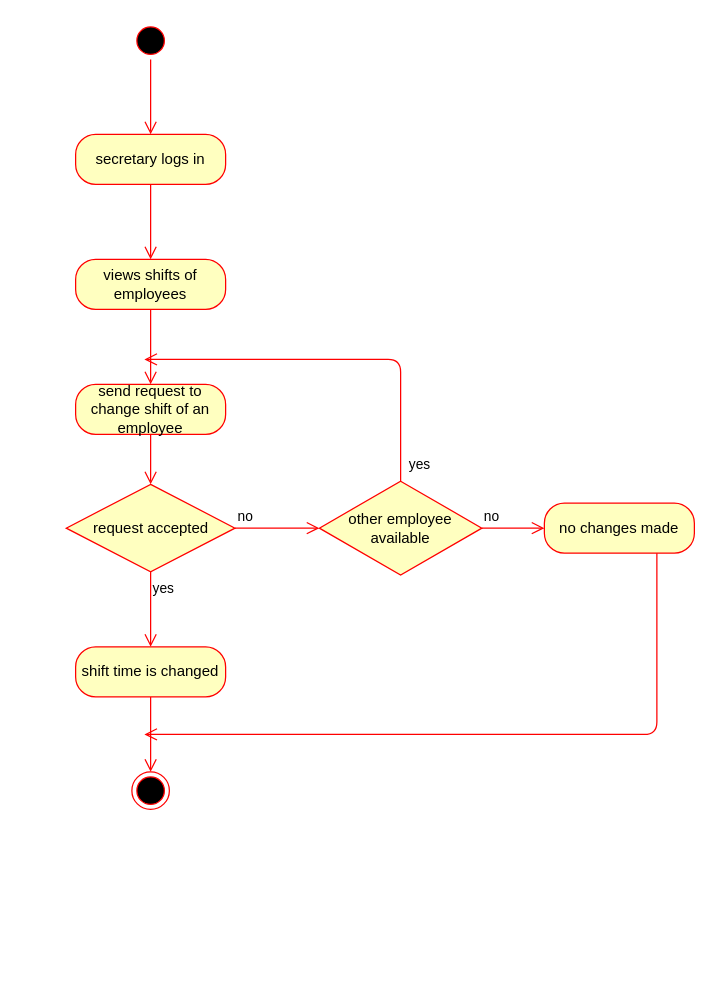
This is Diagrams/Activity Diagrams/Secretary/change shifts.drawio from kkasharaj17/SE-project, a draw.io file, before an edit. Source tidied: cells renumbered, new cells numbered last; positions are measured from the earlier drawing's top-left corner, leaving out a move shared by most shapes. Both pictures are drawn from the tidied source at 125%, with x=0, y=0 at pixel (66, 21).
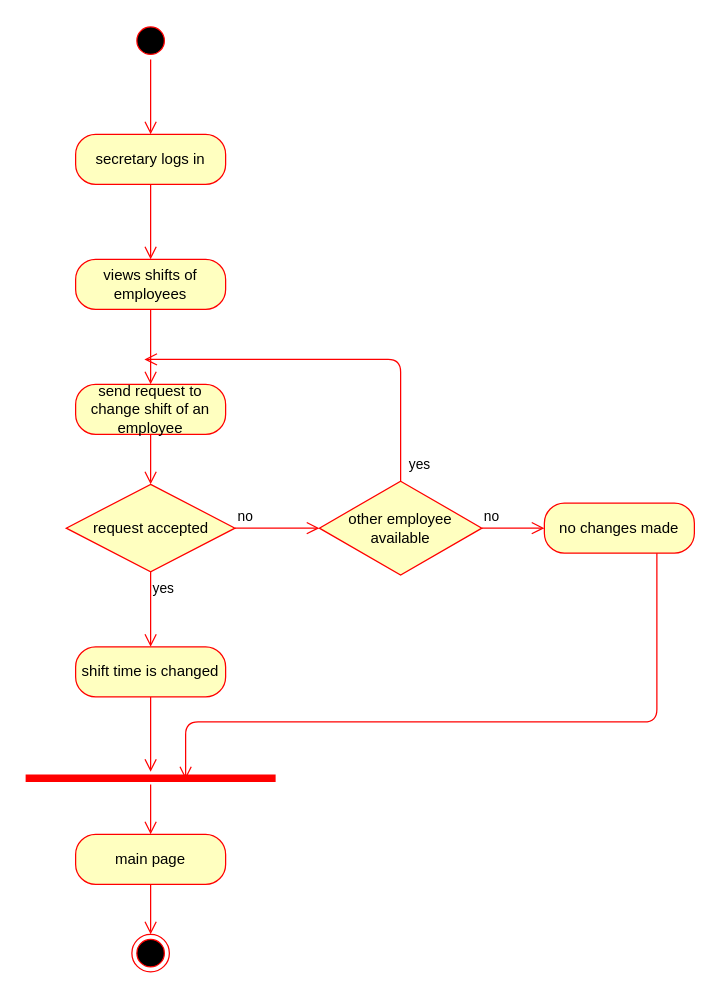
Above is the later version.

The change refers to these unchanged cells:
```xml
<mxCell id="18" value="no changes made" style="rounded=1;whiteSpace=wrap;html=1;arcSize=40;fontColor=#000000;fillColor=#ffffc0;strokeColor=#ff0000;" parent="1" vertex="1">
  <mxGeometry x="382" y="385" width="120" height="40" as="geometry" />
</mxCell>
```

Change to the diagram source:
```diff
@@
     <mxCell id="15" style="ellipse;html=1;shape=endState;fillColor=#000000;strokeColor=#ff0000;" parent="1" vertex="1">
-      <mxGeometry x="52" y="600" width="30" height="30" as="geometry" />
+      <mxGeometry x="52" y="730" width="30" height="30" as="geometry" />
     </mxCell>
@@
-    <mxCell id="19" style="edgeStyle=orthogonalEdgeStyle;html=1;verticalAlign=bottom;endArrow=open;endSize=8;strokeColor=#ff0000;" parent="1" edge="1" source="18">
+    <mxCell id="19" style="edgeStyle=orthogonalEdgeStyle;html=1;verticalAlign=bottom;endArrow=open;endSize=8;strokeColor=#ff0000;entryX=0.64;entryY=0.6;entryDx=0;entryDy=0;entryPerimeter=0;" parent="1" edge="1" source="18" target="21">
       <mxGeometry relative="1" as="geometry">
-        <mxPoint x="62" y="570" as="targetPoint" />
         <Array as="points">
-          <mxPoint x="472" y="570" />
+          <mxPoint x="472" y="560" />
+          <mxPoint x="95" y="560" />
         </Array>
       </mxGeometry>
     </mxCell>
@@
+    <mxCell id="21" style="shape=line;html=1;strokeWidth=6;strokeColor=#ff0000;" parent="1" vertex="1">
+      <mxGeometry x="-33" y="600" width="200" height="10" as="geometry" />
+    </mxCell>
+    <mxCell id="22" style="edgeStyle=orthogonalEdgeStyle;html=1;verticalAlign=bottom;endArrow=open;endSize=8;strokeColor=#ff0000;" parent="1" edge="1" source="24">
+      <mxGeometry relative="1" as="geometry">
+        <mxPoint x="67" y="660" as="targetPoint" />
+        <Array as="points">
+          <mxPoint x="67" y="650" />
+        </Array>
+      </mxGeometry>
+    </mxCell>
+    <mxCell id="23" style="edgeStyle=orthogonalEdgeStyle;html=1;verticalAlign=bottom;endArrow=open;endSize=8;strokeColor=#ff0000;" parent="1" edge="1" source="24">
+      <mxGeometry relative="1" as="geometry">
+        <mxPoint x="67" y="730" as="targetPoint" />
+      </mxGeometry>
+    </mxCell>
+    <mxCell id="24" value="main page" style="rounded=1;whiteSpace=wrap;html=1;arcSize=40;fontColor=#000000;fillColor=#ffffc0;strokeColor=#ff0000;" parent="1" vertex="1">
+      <mxGeometry x="7" y="650" width="120" height="40" as="geometry" />
+    </mxCell>
+    <mxCell id="25" style="edgeStyle=orthogonalEdgeStyle;html=1;verticalAlign=bottom;endArrow=open;endSize=8;strokeColor=#ff0000;" parent="1" edge="1" source="21" target="24">
+      <mxGeometry relative="1" as="geometry" />
+    </mxCell>
```
